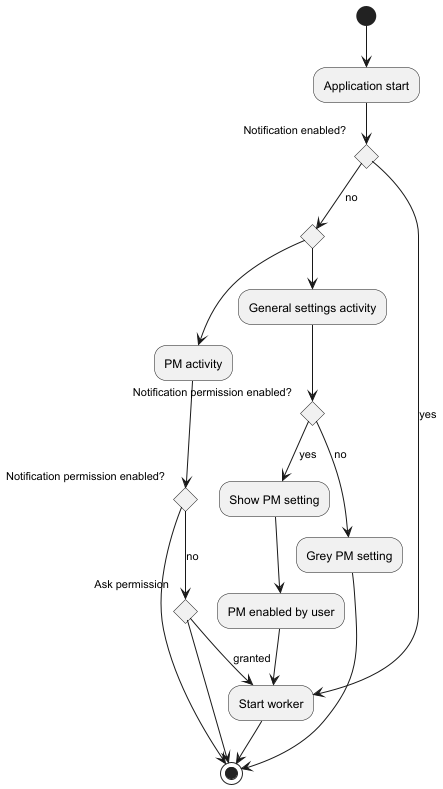
Earlier version of the PlantUML export doc/adr/resources/notifications.png (Ayuget/Redface). Source of this version:
```plantuml
@startuml
(*) --> Application start
if "Notification enabled?" then
    --> [yes] "Start worker"
    --> (*)
else
    --> [no] if "" then
        --> "PM activity"
        if "Notification permission enabled?" then
            --> [no] if "Ask permission" then
                        --> [granted] "Start worker"
                     else
                        --> (*)
                     endif
        else
            --> (*)
        endif
    else
        --> "General settings activity"
        if "Notification permission enabled?" then
            --> [yes] "Show PM setting"
            --> "PM enabled by user"
            --> "Start worker"
        else
            --> [no] "Grey PM setting"
            --> (*)
        endif
    endif

@enduml
```
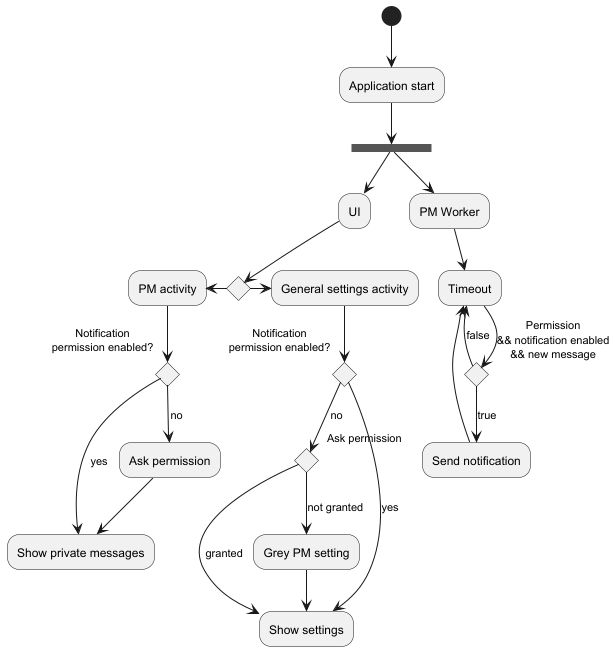
Above is the later version.

Change to the diagram source:
```diff
@@ -1,30 +1,35 @@
-@startuml
+@startuml How to start the worker
 (*) --> Application start
-if "Notification enabled?" then
-    --> [yes] "Start worker"
-    --> (*)
+--> ===B1===
+--> "PM Worker"
+--> "Timeout"
+if "Permission\n&& notification enabled\n&& new message" then
+    --> [true] "Send notification"
+    --> "Timeout"
 else
-    --> [no] if "" then
-        --> "PM activity"
-        if "Notification permission enabled?" then
-            --> [no] if "Ask permission" then
-                        --> [granted] "Start worker"
-                     else
-                        --> (*)
-                     endif
+    --> [false] "Timeout"
+endif
+===B1=== --> "UI"
+if "" then
+    -left-> "PM activity"
+    if "Notification\npermission enabled?" then
+        --> [no] "Ask permission"
+        --> "Show private messages"
+    else
+        --> [yes] "Show private messages"
+    endif
+else
+    -right-> "General settings activity"
+    if "Notification\npermission enabled?" then
+        --> [no] if "Ask permission" then
+            --> [not granted] "Grey PM setting"
+            --> "Show settings"
         else
-            --> (*)
+            --> [granted] "Show settings"
         endif
     else
-        --> "General settings activity"
-        if "Notification permission enabled?" then
-            --> [yes] "Show PM setting"
-            --> "PM enabled by user"
-            --> "Start worker"
-        else
-            --> [no] "Grey PM setting"
-            --> (*)
-        endif
+        --> [yes] "Show settings"
     endif
+endif
 
 @enduml
```
